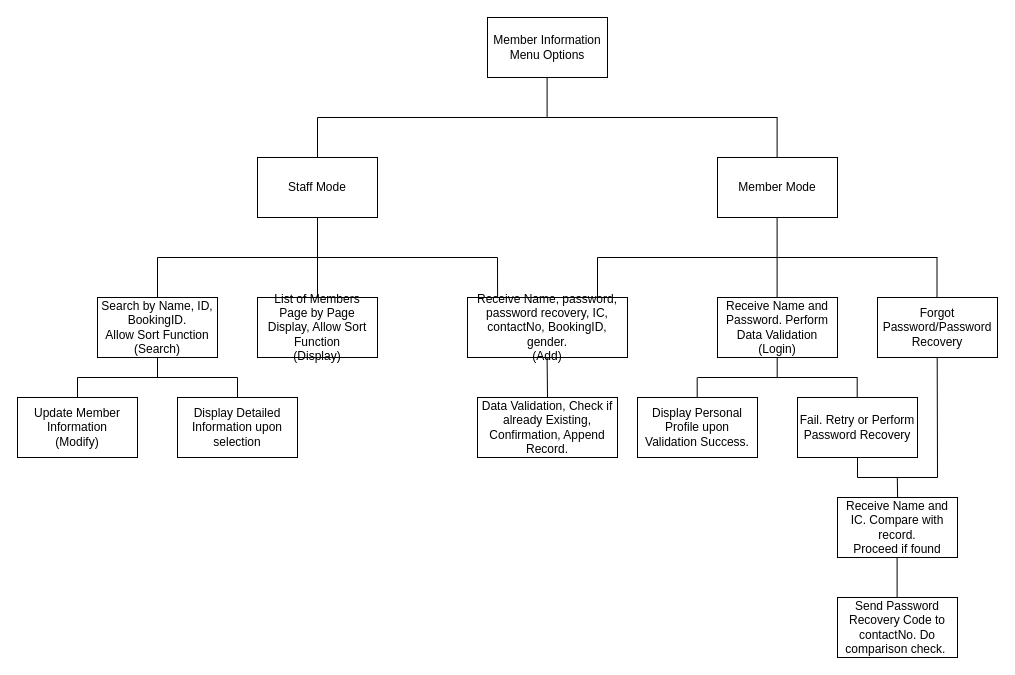
This is Structure Chart/structMember.drawio from halleyIsStressed/pcd2Assignment, a draw.io file, before an edit. Source tidied: cells renumbered, new cells numbered last; positions are measured from the earlier drawing's top-left corner, leaving out a move shared by most shapes. Both pictures are drawn from the tidied source at 100%, with x=0, y=0 at pixel (17, 17).
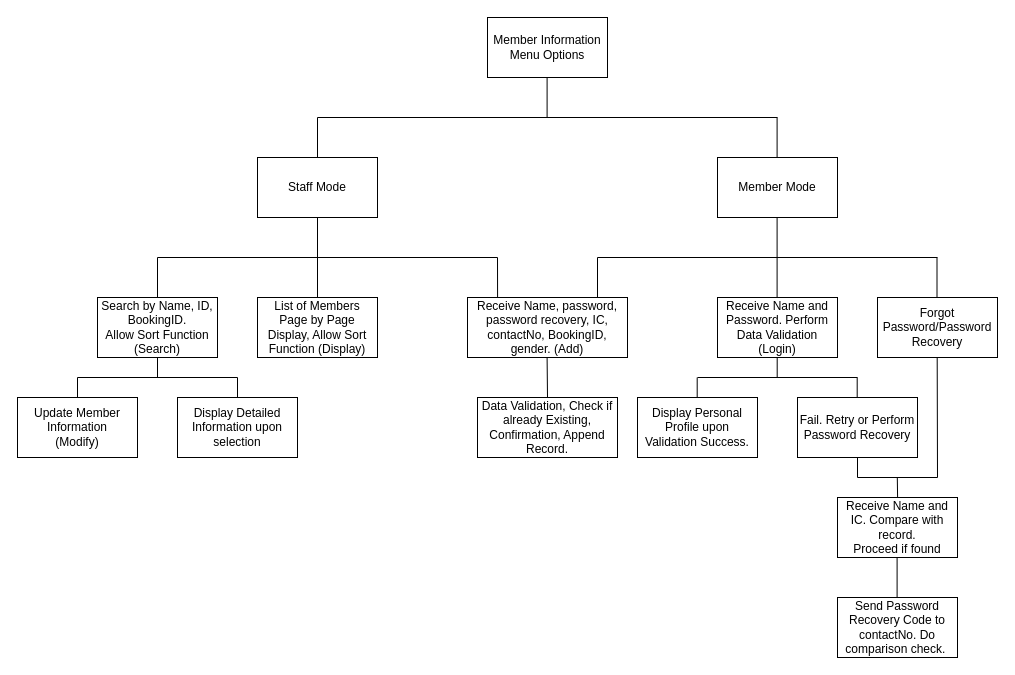
After the change.

Diff of the diagram source:
```diff
@@
-    <mxCell id="5" value="List of Members&lt;div&gt;Page by Page Display, Allow Sort Function&lt;/div&gt;&lt;div&gt;(Display)&lt;/div&gt;" style="rounded=0;whiteSpace=wrap;html=1;" parent="1" vertex="1">
+    <mxCell id="5" value="List of Members&lt;div&gt;Page by Page Display, Allow Sort Function&amp;nbsp;&lt;span style=&quot;background-color: initial;&quot;&gt;(Display)&lt;/span&gt;&lt;/div&gt;" style="rounded=0;whiteSpace=wrap;html=1;" parent="1" vertex="1">
       <mxGeometry x="240" y="280" width="120" height="60" as="geometry" />
     </mxCell>
-    <mxCell id="6" value="&lt;div&gt;Receive Name, password, password recovery, IC, contactNo&lt;span style=&quot;background-color: initial;&quot;&gt;, BookingID, gender.&lt;/span&gt;&lt;/div&gt;&lt;div&gt;(Add)&lt;/div&gt;" style="rounded=0;whiteSpace=wrap;html=1;" parent="1" vertex="1">
+    <mxCell id="6" value="&lt;div&gt;Receive Name, password, password recovery, IC, contactNo&lt;span style=&quot;background-color: initial;&quot;&gt;, BookingID, gender.&amp;nbsp;&lt;/span&gt;&lt;span style=&quot;background-color: initial;&quot;&gt;(Add)&lt;/span&gt;&lt;/div&gt;" style="rounded=0;whiteSpace=wrap;html=1;" parent="1" vertex="1">
       <mxGeometry x="450" y="280" width="160" height="60" as="geometry" />
     </mxCell>
```
